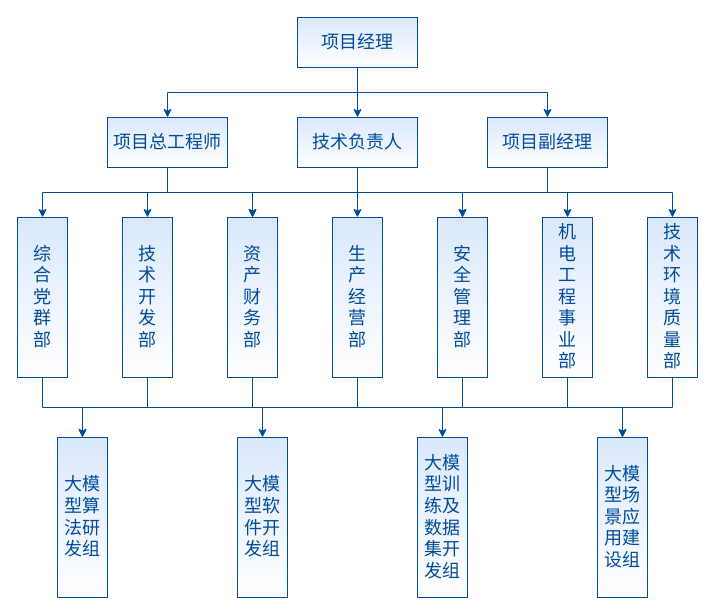
kerwin58/drawio keeps this draw.io diagram as 大模型组织结构.drawio. Above is the earlier version. Source tidied: cells renumbered, new cells numbered last; positions are measured from the earlier drawing's top-left corner, leaving out a move shared by most shapes. Both pictures are drawn from the tidied source at 100%, with x=0, y=0 at pixel (17, 17).
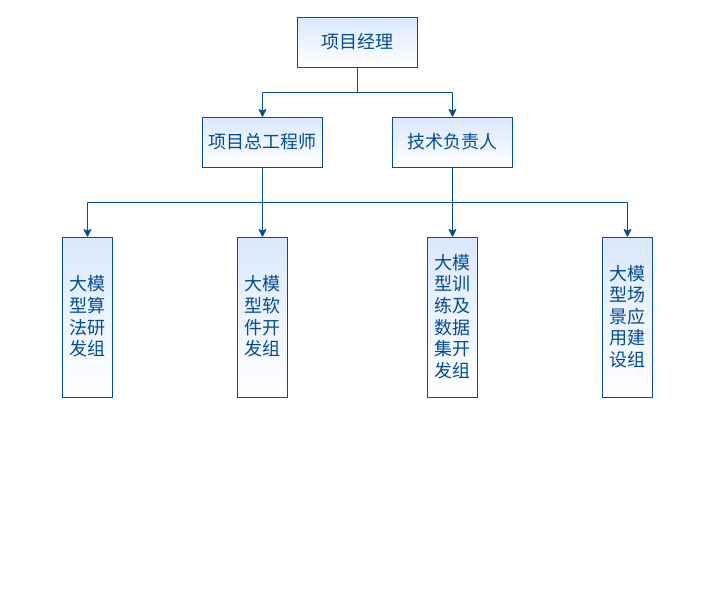
After the change.

Commit message:
更新大模型组织结构.drawio

Unchanged cells that the change refers to:
```xml
<mxCell id="5" value="&lt;font style=&quot;font-size: 18px; color: rgb(0, 76, 153);&quot;&gt;项目经理&lt;/font&gt;" style="rounded=0;whiteSpace=wrap;html=1;strokeColor=#004C99;fillColor=#dae8fc;gradientColor=#FFFFFF;" parent="1" vertex="1">
  <mxGeometry x="280" width="120" height="50" as="geometry" />
</mxCell>
```

The edit, as a diff of the source:
```diff
@@
-    <mxCell id="4" style="edgeStyle=orthogonalEdgeStyle;rounded=0;jettySize=auto;html=1;exitX=0.5;exitY=1;exitDx=0;exitDy=0;entryX=0.5;entryY=0;entryDx=0;entryDy=0;strokeColor=#004C99;" parent="1" edge="1" source="5" target="17">
-      <mxGeometry relative="1" as="geometry" />
-    </mxCell>
@@
-    <mxCell id="6" style="edgeStyle=orthogonalEdgeStyle;rounded=0;jettySize=auto;html=1;exitX=0.5;exitY=1;exitDx=0;exitDy=0;entryX=0.5;entryY=0;entryDx=0;entryDy=0;strokeColor=#004C99;" parent="1" edge="1" source="9" target="28">
-      <mxGeometry relative="1" as="geometry" />
-    </mxCell>
-    <mxCell id="7" style="edgeStyle=orthogonalEdgeStyle;rounded=0;jettySize=auto;html=1;exitX=0.5;exitY=1;exitDx=0;exitDy=0;entryX=0.5;entryY=0;entryDx=0;entryDy=0;strokeColor=#004C99;" parent="1" edge="1" source="9" target="20">
-      <mxGeometry relative="1" as="geometry" />
-    </mxCell>
-    <mxCell id="8" style="edgeStyle=orthogonalEdgeStyle;rounded=0;jettySize=auto;html=1;exitX=0.5;exitY=1;exitDx=0;exitDy=0;entryX=0.5;entryY=0;entryDx=0;entryDy=0;strokeColor=#004C99;" parent="1" edge="1" source="9" target="26">
-      <mxGeometry relative="1" as="geometry" />
-    </mxCell>
+    <mxCell id="37" style="edgeStyle=orthogonalEdgeStyle;rounded=0;jettySize=auto;html=1;exitX=0.5;exitY=1;exitDx=0;exitDy=0;entryX=0.5;entryY=0;entryDx=0;entryDy=0;strokeColor=#004C99;" parent="1" edge="1" source="9" target="33">
+      <mxGeometry relative="1" as="geometry" />
+    </mxCell>
+    <mxCell id="38" style="edgeStyle=orthogonalEdgeStyle;rounded=0;jettySize=auto;html=1;exitX=0.5;exitY=1;exitDx=0;exitDy=0;entryX=0.5;entryY=0;entryDx=0;entryDy=0;strokeColor=#004C99;" parent="1" edge="1" source="9" target="34">
+      <mxGeometry relative="1" as="geometry" />
+    </mxCell>
+    <mxCell id="39" style="edgeStyle=orthogonalEdgeStyle;rounded=0;jettySize=auto;html=1;exitX=0.5;exitY=1;exitDx=0;exitDy=0;entryX=0.5;entryY=0;entryDx=0;entryDy=0;strokeColor=#004C99;" parent="1" edge="1" source="9" target="36">
+      <mxGeometry relative="1" as="geometry" />
+    </mxCell>
     <mxCell id="9" value="&lt;font style=&quot;font-size: 18px; color: rgb(0, 76, 153);&quot;&gt;项目总工程师&lt;/font&gt;" style="rounded=0;whiteSpace=wrap;html=1;strokeColor=#004C99;fillColor=#dae8fc;gradientColor=#FFFFFF;" parent="1" vertex="1">
-      <mxGeometry x="90" y="100" width="120" height="50" as="geometry" />
+      <mxGeometry x="185" y="100" width="120" height="50" as="geometry" />
     </mxCell>
-    <mxCell id="10" style="edgeStyle=orthogonalEdgeStyle;rounded=0;jettySize=auto;html=1;exitX=0.5;exitY=1;exitDx=0;exitDy=0;entryX=0.5;entryY=0;entryDx=0;entryDy=0;strokeColor=#004C99;" parent="1" edge="1" source="13" target="24">
-      <mxGeometry relative="1" as="geometry" />
-    </mxCell>
-    <mxCell id="11" style="edgeStyle=orthogonalEdgeStyle;rounded=0;jettySize=auto;html=1;exitX=0.5;exitY=1;exitDx=0;exitDy=0;entryX=0.5;entryY=0;entryDx=0;entryDy=0;strokeColor=#004C99;" parent="1" edge="1" source="13" target="26">
-      <mxGeometry relative="1" as="geometry" />
-    </mxCell>
-    <mxCell id="12" style="edgeStyle=orthogonalEdgeStyle;rounded=0;jettySize=auto;html=1;exitX=0.5;exitY=1;exitDx=0;exitDy=0;entryX=0.5;entryY=0;entryDx=0;entryDy=0;strokeColor=#004C99;" parent="1" edge="1" source="13" target="22">
-      <mxGeometry relative="1" as="geometry" />
-    </mxCell>
+    <mxCell id="40" style="edgeStyle=orthogonalEdgeStyle;rounded=0;jettySize=auto;html=1;exitX=0.5;exitY=1;exitDx=0;exitDy=0;strokeColor=#004C99;" parent="1" edge="1" source="13" target="35">
+      <mxGeometry relative="1" as="geometry" />
+    </mxCell>
     <mxCell id="13" value="&lt;font style=&quot;font-size: 18px; color: rgb(0, 76, 153);&quot;&gt;技术负责人&lt;/font&gt;" style="rounded=0;whiteSpace=wrap;html=1;strokeColor=#004C99;fillColor=#dae8fc;gradientColor=#FFFFFF;" parent="1" vertex="1">
-      <mxGeometry x="280" y="100" width="120" height="50" as="geometry" />
+      <mxGeometry x="375" y="100" width="120" height="50" as="geometry" />
     </mxCell>
-    <mxCell id="14" style="edgeStyle=orthogonalEdgeStyle;rounded=0;jettySize=auto;html=1;exitX=0.5;exitY=1;exitDx=0;exitDy=0;entryX=0.5;entryY=0;entryDx=0;entryDy=0;strokeColor=#004C99;" parent="1" edge="1" source="17" target="30">
-      <mxGeometry relative="1" as="geometry" />
-    </mxCell>
-    <mxCell id="15" style="edgeStyle=orthogonalEdgeStyle;rounded=0;jettySize=auto;html=1;exitX=0.5;exitY=1;exitDx=0;exitDy=0;entryX=0.5;entryY=0;entryDx=0;entryDy=0;strokeColor=#004C99;" parent="1" edge="1" source="17" target="32">
-      <mxGeometry relative="1" as="geometry" />
-    </mxCell>
-    <mxCell id="16" style="edgeStyle=orthogonalEdgeStyle;rounded=0;jettySize=auto;html=1;exitX=0.5;exitY=1;exitDx=0;exitDy=0;entryX=0.5;entryY=0;entryDx=0;entryDy=0;strokeColor=#004C99;" parent="1" edge="1" source="17" target="22">
-      <mxGeometry relative="1" as="geometry" />
-    </mxCell>
-    <mxCell id="17" value="&lt;font style=&quot;font-size: 18px; color: rgb(0, 76, 153);&quot;&gt;项目副经理&lt;/font&gt;" style="rounded=0;whiteSpace=wrap;html=1;strokeColor=#004C99;fillColor=#dae8fc;gradientColor=#FFFFFF;" parent="1" vertex="1">
-      <mxGeometry x="470" y="100" width="120" height="50" as="geometry" />
-    </mxCell>
-    <mxCell id="18" style="edgeStyle=orthogonalEdgeStyle;rounded=0;jettySize=auto;html=1;exitX=0.5;exitY=1;exitDx=0;exitDy=0;entryX=0.5;entryY=0;entryDx=0;entryDy=0;strokeColor=#004C99;" parent="1" edge="1" source="20" target="33">
-      <mxGeometry relative="1" as="geometry" />
-    </mxCell>
-    <mxCell id="19" style="edgeStyle=orthogonalEdgeStyle;rounded=0;jettySize=auto;html=1;exitX=0.5;exitY=1;exitDx=0;exitDy=0;strokeColor=#004C99;" parent="1" edge="1" source="20" target="34">
-      <mxGeometry relative="1" as="geometry" />
-    </mxCell>
-    <mxCell id="20" value="&lt;font color=&quot;#004c99&quot;&gt;&lt;span style=&quot;font-size: 18px;&quot;&gt;技&lt;/span&gt;&lt;/font&gt;&lt;div&gt;&lt;font color=&quot;#004c99&quot;&gt;&lt;span style=&quot;font-size: 18px;&quot;&gt;术&lt;/span&gt;&lt;/font&gt;&lt;/div&gt;&lt;div&gt;&lt;font color=&quot;#004c99&quot;&gt;&lt;span style=&quot;font-size: 18px;&quot;&gt;开&lt;/span&gt;&lt;/font&gt;&lt;/div&gt;&lt;div&gt;&lt;font color=&quot;#004c99&quot;&gt;&lt;span style=&quot;font-size: 18px;&quot;&gt;发&lt;/span&gt;&lt;/font&gt;&lt;/div&gt;&lt;div&gt;&lt;font color=&quot;#004c99&quot;&gt;&lt;span style=&quot;font-size: 18px;&quot;&gt;部&lt;/span&gt;&lt;/font&gt;&lt;/div&gt;" style="rounded=0;whiteSpace=wrap;html=1;strokeColor=#004C99;fillColor=#dae8fc;gradientColor=#FFFFFF;" parent="1" vertex="1">
-      <mxGeometry x="105" y="200" width="50" height="160" as="geometry" />
-    </mxCell>
-    <mxCell id="21" style="edgeStyle=orthogonalEdgeStyle;rounded=0;jettySize=auto;html=1;exitX=0.5;exitY=1;exitDx=0;exitDy=0;strokeColor=#004C99;endArrow=none;startFill=0;" parent="1" edge="1" source="22">
-      <mxGeometry relative="1" as="geometry">
-        <mxPoint x="445" y="390" as="targetPoint" />
-      </mxGeometry>
-    </mxCell>
-    <mxCell id="22" value="&lt;font color=&quot;#004c99&quot;&gt;&lt;span style=&quot;font-size: 18px;&quot;&gt;安&lt;/span&gt;&lt;/font&gt;&lt;div&gt;&lt;font color=&quot;#004c99&quot;&gt;&lt;span style=&quot;font-size: 18px;&quot;&gt;全&lt;/span&gt;&lt;/font&gt;&lt;/div&gt;&lt;div&gt;&lt;font color=&quot;#004c99&quot;&gt;&lt;span style=&quot;font-size: 18px;&quot;&gt;管&lt;/span&gt;&lt;/font&gt;&lt;/div&gt;&lt;div&gt;&lt;font color=&quot;#004c99&quot;&gt;&lt;span style=&quot;font-size: 18px;&quot;&gt;理&lt;/span&gt;&lt;/font&gt;&lt;/div&gt;&lt;div&gt;&lt;font color=&quot;#004c99&quot;&gt;&lt;span style=&quot;font-size: 18px;&quot;&gt;部&lt;/span&gt;&lt;/font&gt;&lt;/div&gt;" style="rounded=0;whiteSpace=wrap;html=1;strokeColor=#004C99;fillColor=#dae8fc;gradientColor=#FFFFFF;" parent="1" vertex="1">
-      <mxGeometry x="420" y="200" width="50" height="160" as="geometry" />
-    </mxCell>
-    <mxCell id="23" style="edgeStyle=orthogonalEdgeStyle;rounded=0;jettySize=auto;html=1;exitX=0.5;exitY=1;exitDx=0;exitDy=0;strokeColor=#004C99;" parent="1" edge="1" source="24" target="36">
-      <mxGeometry relative="1" as="geometry" />
-    </mxCell>
-    <mxCell id="24" value="&lt;font color=&quot;#004c99&quot;&gt;&lt;span style=&quot;font-size: 18px;&quot;&gt;生&lt;/span&gt;&lt;/font&gt;&lt;div&gt;&lt;font color=&quot;#004c99&quot;&gt;&lt;span style=&quot;font-size: 18px;&quot;&gt;产&lt;/span&gt;&lt;/font&gt;&lt;/div&gt;&lt;div&gt;&lt;font color=&quot;#004c99&quot;&gt;&lt;span style=&quot;font-size: 18px;&quot;&gt;经&lt;/span&gt;&lt;/font&gt;&lt;/div&gt;&lt;div&gt;&lt;font color=&quot;#004c99&quot;&gt;&lt;span style=&quot;font-size: 18px;&quot;&gt;营&lt;/span&gt;&lt;/font&gt;&lt;/div&gt;&lt;div&gt;&lt;font color=&quot;#004c99&quot;&gt;&lt;span style=&quot;font-size: 18px;&quot;&gt;部&lt;/span&gt;&lt;/font&gt;&lt;/div&gt;" style="rounded=0;whiteSpace=wrap;html=1;strokeColor=#004C99;fillColor=#dae8fc;gradientColor=#FFFFFF;" parent="1" vertex="1">
-      <mxGeometry x="315" y="200" width="50" height="160" as="geometry" />
-    </mxCell>
-    <mxCell id="25" style="edgeStyle=orthogonalEdgeStyle;rounded=0;jettySize=auto;html=1;exitX=0.5;exitY=1;exitDx=0;exitDy=0;strokeColor=#004C99;" parent="1" edge="1" source="26" target="35">
-      <mxGeometry relative="1" as="geometry" />
-    </mxCell>
-    <mxCell id="26" value="&lt;font color=&quot;#004c99&quot;&gt;&lt;span style=&quot;font-size: 18px;&quot;&gt;资&lt;/span&gt;&lt;/font&gt;&lt;div&gt;&lt;font color=&quot;#004c99&quot;&gt;&lt;span style=&quot;font-size: 18px;&quot;&gt;产&lt;/span&gt;&lt;/font&gt;&lt;/div&gt;&lt;div&gt;&lt;font color=&quot;#004c99&quot;&gt;&lt;span style=&quot;font-size: 18px;&quot;&gt;财&lt;/span&gt;&lt;/font&gt;&lt;/div&gt;&lt;div&gt;&lt;font color=&quot;#004c99&quot;&gt;&lt;span style=&quot;font-size: 18px;&quot;&gt;务&lt;/span&gt;&lt;/font&gt;&lt;/div&gt;&lt;div&gt;&lt;font color=&quot;#004c99&quot;&gt;&lt;span style=&quot;font-size: 18px;&quot;&gt;部&lt;/span&gt;&lt;/font&gt;&lt;/div&gt;" style="rounded=0;whiteSpace=wrap;html=1;strokeColor=#004C99;fillColor=#dae8fc;gradientColor=#FFFFFF;" parent="1" vertex="1">
-      <mxGeometry x="210" y="200" width="50" height="160" as="geometry" />
-    </mxCell>
-    <mxCell id="27" style="edgeStyle=orthogonalEdgeStyle;rounded=0;jettySize=auto;html=1;exitX=0.5;exitY=1;exitDx=0;exitDy=0;entryX=0.5;entryY=0;entryDx=0;entryDy=0;strokeColor=#004C99;" parent="1" edge="1" source="28" target="33">
-      <mxGeometry relative="1" as="geometry" />
-    </mxCell>
-    <mxCell id="28" value="&lt;font color=&quot;#004c99&quot;&gt;&lt;span style=&quot;font-size: 18px;&quot;&gt;综&lt;/span&gt;&lt;/font&gt;&lt;div&gt;&lt;font color=&quot;#004c99&quot;&gt;&lt;span style=&quot;font-size: 18px;&quot;&gt;合&lt;/span&gt;&lt;/font&gt;&lt;/div&gt;&lt;div&gt;&lt;font color=&quot;#004c99&quot;&gt;&lt;span style=&quot;font-size: 18px;&quot;&gt;党&lt;/span&gt;&lt;/font&gt;&lt;/div&gt;&lt;div&gt;&lt;font color=&quot;#004c99&quot;&gt;&lt;span style=&quot;font-size: 18px;&quot;&gt;群&lt;/span&gt;&lt;/font&gt;&lt;/div&gt;&lt;div&gt;&lt;font color=&quot;#004c99&quot;&gt;&lt;span style=&quot;font-size: 18px;&quot;&gt;部&lt;/span&gt;&lt;/font&gt;&lt;/div&gt;" style="rounded=0;whiteSpace=wrap;html=1;strokeColor=#004C99;fillColor=#dae8fc;gradientColor=#FFFFFF;" parent="1" vertex="1">
-      <mxGeometry y="200" width="50" height="160" as="geometry" />
-    </mxCell>
-    <mxCell id="29" style="edgeStyle=orthogonalEdgeStyle;rounded=0;jettySize=auto;html=1;exitX=0.5;exitY=1;exitDx=0;exitDy=0;entryX=0.5;entryY=0;entryDx=0;entryDy=0;strokeColor=#004C99;" parent="1" edge="1" source="30" target="36">
-      <mxGeometry relative="1" as="geometry" />
-    </mxCell>
-    <mxCell id="30" value="&lt;font color=&quot;#004c99&quot;&gt;&lt;span style=&quot;font-size: 18px;&quot;&gt;技&lt;/span&gt;&lt;/font&gt;&lt;div&gt;&lt;font color=&quot;#004c99&quot;&gt;&lt;span style=&quot;font-size: 18px;&quot;&gt;术&lt;/span&gt;&lt;/font&gt;&lt;/div&gt;&lt;div&gt;&lt;font color=&quot;#004c99&quot;&gt;&lt;span style=&quot;font-size: 18px;&quot;&gt;环&lt;/span&gt;&lt;/font&gt;&lt;/div&gt;&lt;div&gt;&lt;font color=&quot;#004c99&quot;&gt;&lt;span style=&quot;font-size: 18px;&quot;&gt;境&lt;/span&gt;&lt;/font&gt;&lt;/div&gt;&lt;div&gt;&lt;font color=&quot;#004c99&quot;&gt;&lt;span style=&quot;font-size: 18px;&quot;&gt;质&lt;/span&gt;&lt;/font&gt;&lt;/div&gt;&lt;div&gt;&lt;font color=&quot;#004c99&quot;&gt;&lt;span style=&quot;font-size: 18px;&quot;&gt;量&lt;/span&gt;&lt;/font&gt;&lt;/div&gt;&lt;div&gt;&lt;font color=&quot;#004c99&quot;&gt;&lt;span style=&quot;font-size: 18px;&quot;&gt;部&lt;/span&gt;&lt;/font&gt;&lt;/div&gt;" style="rounded=0;whiteSpace=wrap;html=1;strokeColor=#004C99;fillColor=#dae8fc;gradientColor=#FFFFFF;" parent="1" vertex="1">
-      <mxGeometry x="630" y="200" width="50" height="160" as="geometry" />
-    </mxCell>
-    <mxCell id="31" style="edgeStyle=orthogonalEdgeStyle;rounded=0;jettySize=auto;html=1;exitX=0.5;exitY=1;exitDx=0;exitDy=0;strokeColor=#004C99;endArrow=none;startFill=0;" parent="1" edge="1" source="32">
-      <mxGeometry relative="1" as="geometry">
-        <mxPoint x="550" y="390" as="targetPoint" />
-      </mxGeometry>
-    </mxCell>
-    <mxCell id="32" value="&lt;font color=&quot;#004c99&quot;&gt;&lt;span style=&quot;font-size: 18px;&quot;&gt;机&lt;/span&gt;&lt;/font&gt;&lt;div&gt;&lt;font color=&quot;#004c99&quot;&gt;&lt;span style=&quot;font-size: 18px;&quot;&gt;电&lt;/span&gt;&lt;/font&gt;&lt;/div&gt;&lt;div&gt;&lt;font color=&quot;#004c99&quot;&gt;&lt;span style=&quot;font-size: 18px;&quot;&gt;工&lt;/span&gt;&lt;/font&gt;&lt;/div&gt;&lt;div&gt;&lt;font color=&quot;#004c99&quot;&gt;&lt;span style=&quot;font-size: 18px;&quot;&gt;程&lt;/span&gt;&lt;/font&gt;&lt;/div&gt;&lt;div&gt;&lt;font color=&quot;#004c99&quot;&gt;&lt;span style=&quot;font-size: 18px;&quot;&gt;事&lt;/span&gt;&lt;/font&gt;&lt;/div&gt;&lt;div&gt;&lt;font color=&quot;#004c99&quot;&gt;&lt;span style=&quot;font-size: 18px;&quot;&gt;业&lt;/span&gt;&lt;/font&gt;&lt;/div&gt;&lt;div&gt;&lt;font color=&quot;#004c99&quot;&gt;&lt;span style=&quot;font-size: 18px;&quot;&gt;部&lt;/span&gt;&lt;/font&gt;&lt;/div&gt;" style="rounded=0;whiteSpace=wrap;html=1;strokeColor=#004C99;fillColor=#dae8fc;gradientColor=#FFFFFF;" parent="1" vertex="1">
-      <mxGeometry x="525" y="200" width="50" height="160" as="geometry" />
-    </mxCell>
     <mxCell id="33" value="&lt;font color=&quot;#004c99&quot;&gt;&lt;span style=&quot;font-size: 18px;&quot;&gt;大模型算法研发组&lt;/span&gt;&lt;/font&gt;" style="rounded=0;whiteSpace=wrap;html=1;strokeColor=#004C99;fillColor=#dae8fc;gradientColor=#FFFFFF;" parent="1" vertex="1">
-      <mxGeometry x="40" y="420" width="50" height="160" as="geometry" />
+      <mxGeometry x="45" y="220" width="50" height="160" as="geometry" />
     </mxCell>
     <mxCell id="34" value="&lt;font color=&quot;#004c99&quot;&gt;&lt;span style=&quot;font-size: 18px;&quot;&gt;大模型软件开发组&lt;/span&gt;&lt;/font&gt;" style="rounded=0;whiteSpace=wrap;html=1;strokeColor=#004C99;fillColor=#dae8fc;gradientColor=#FFFFFF;" parent="1" vertex="1">
-      <mxGeometry x="220" y="420" width="50" height="160" as="geometry" />
+      <mxGeometry x="220" y="220" width="50" height="160" as="geometry" />
     </mxCell>
     <mxCell id="35" value="&lt;font color=&quot;#004c99&quot;&gt;&lt;span style=&quot;font-size: 18px;&quot;&gt;大模型训练及数据集开发组&lt;/span&gt;&lt;/font&gt;" style="rounded=0;whiteSpace=wrap;html=1;strokeColor=#004C99;fillColor=#dae8fc;gradientColor=#FFFFFF;" parent="1" vertex="1">
-      <mxGeometry x="400" y="420" width="50" height="160" as="geometry" />
+      <mxGeometry x="410" y="220" width="50" height="160" as="geometry" />
     </mxCell>
     <mxCell id="36" value="&lt;font color=&quot;#004c99&quot;&gt;&lt;span style=&quot;font-size: 18px;&quot;&gt;大模型场景应用建设组&lt;/span&gt;&lt;/font&gt;" style="rounded=0;whiteSpace=wrap;html=1;strokeColor=#004C99;fillColor=#dae8fc;gradientColor=#FFFFFF;" parent="1" vertex="1">
-      <mxGeometry x="580" y="420" width="50" height="160" as="geometry" />
+      <mxGeometry x="585" y="220" width="50" height="160" as="geometry" />
     </mxCell>
```
